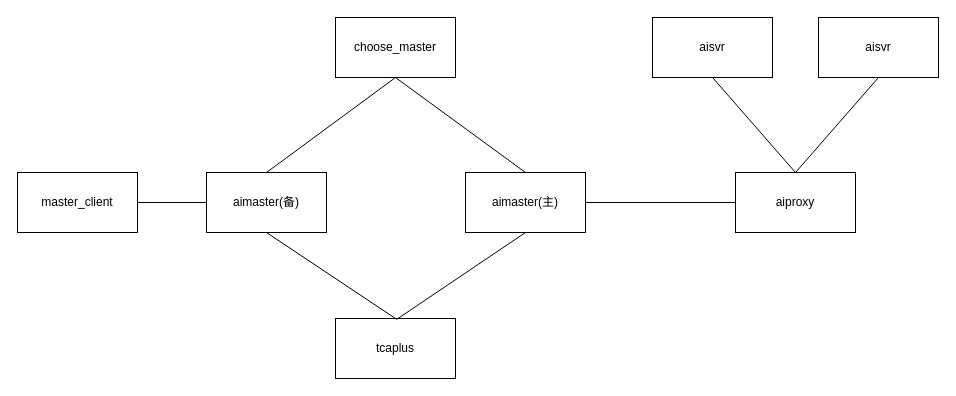
This is page "ai上云" (14 of 19) of NISHIKI架构.drawio from Memoryss/NISHIKI, a draw.io file, before an edit. Source tidied: cells renumbered, new cells numbered last; positions are measured from the earlier drawing's top-left corner, leaving out a move shared by most shapes. Both pictures are drawn from the tidied source at 100%, with x=0, y=0 at pixel (17, 17).
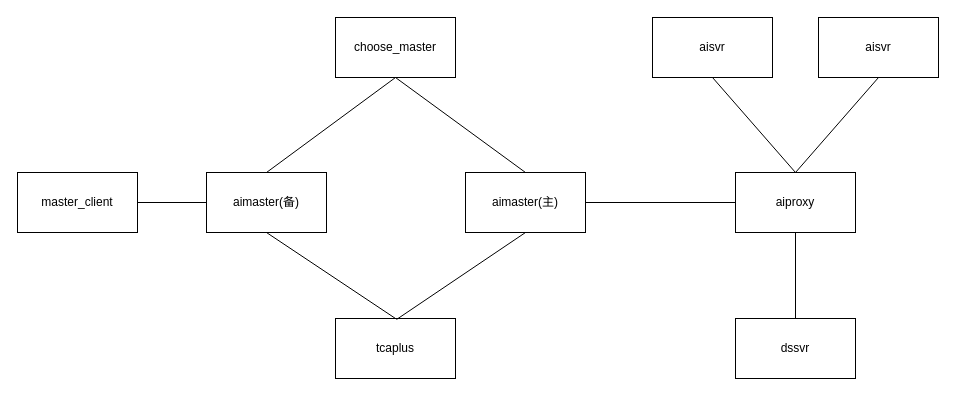
The same diagram, later.

The change refers to these unchanged cells:
```xml
<mxCell id="2" value="aiproxy" style="rounded=0;whiteSpace=wrap;html=1;" parent="1" vertex="1">
  <mxGeometry x="718" y="155" width="120" height="60" as="geometry" />
</mxCell>
```

What changed in the source:
```diff
@@
+    <mxCell id="18" style="edgeStyle=orthogonalEdgeStyle;rounded=0;jettySize=auto;html=1;exitX=0.5;exitY=0;exitDx=0;exitDy=0;entryX=0.5;entryY=1;entryDx=0;entryDy=0;endArrow=none;endFill=0;" parent="1" edge="1" source="19" target="2">
+      <mxGeometry relative="1" as="geometry" />
+    </mxCell>
+    <mxCell id="19" value="dssvr" style="rounded=0;whiteSpace=wrap;html=1;" parent="1" vertex="1">
+      <mxGeometry x="718" y="301" width="120" height="60" as="geometry" />
+    </mxCell>
```
